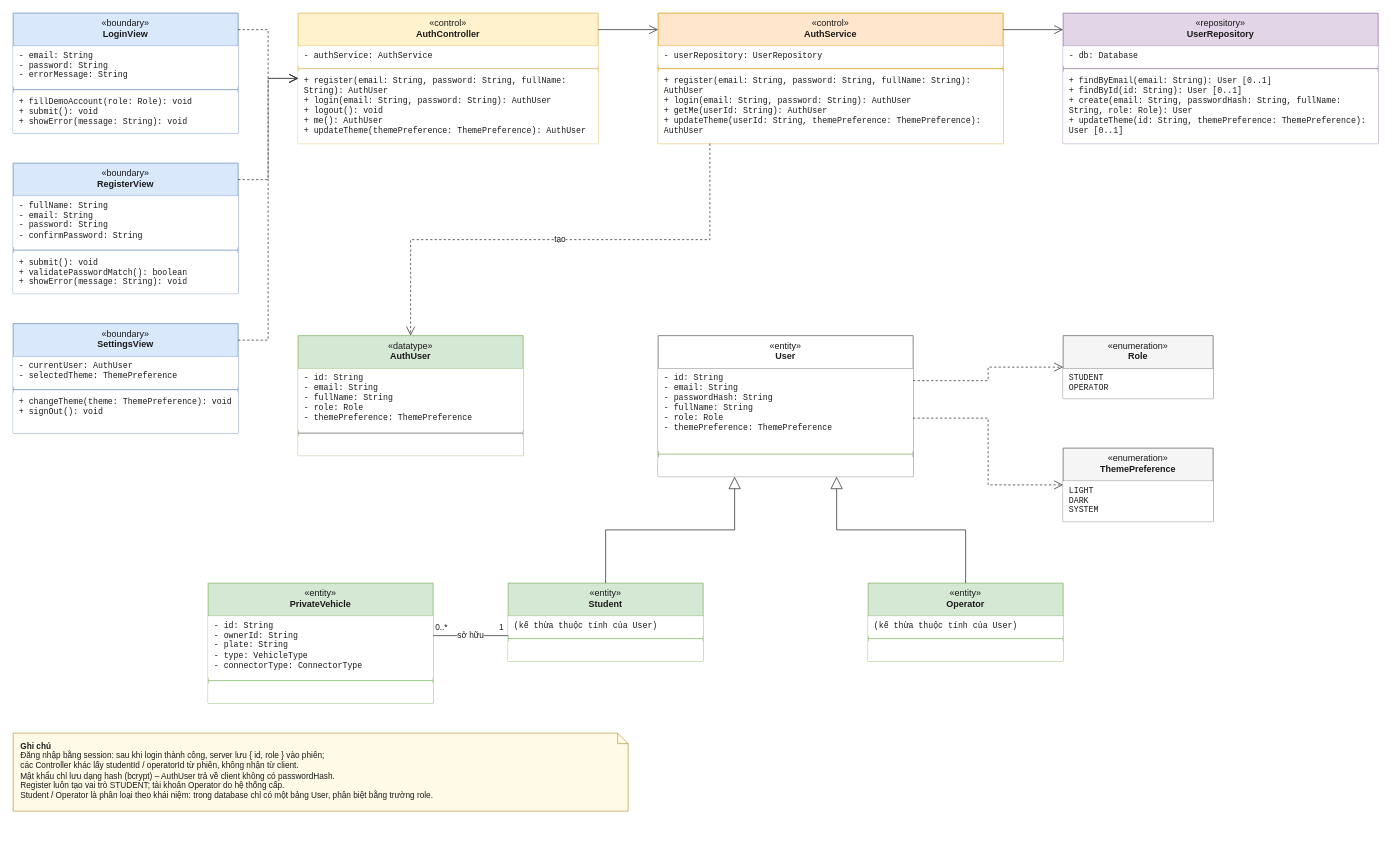
This is page "Tai khoan" (1 of 2) of docs/submission-3/quangnhan/class-tai-khoan-do-xe.drawio from nhanbui304/smart-emobility-hub, a draw.io file, before an edit. Source tidied: cells renumbered, new cells numbered last; positions are measured from the earlier drawing's top-left corner, leaving out a move shared by most shapes. Both pictures are drawn from the tidied source at 75%, with x=0, y=0 at pixel (13, 13).
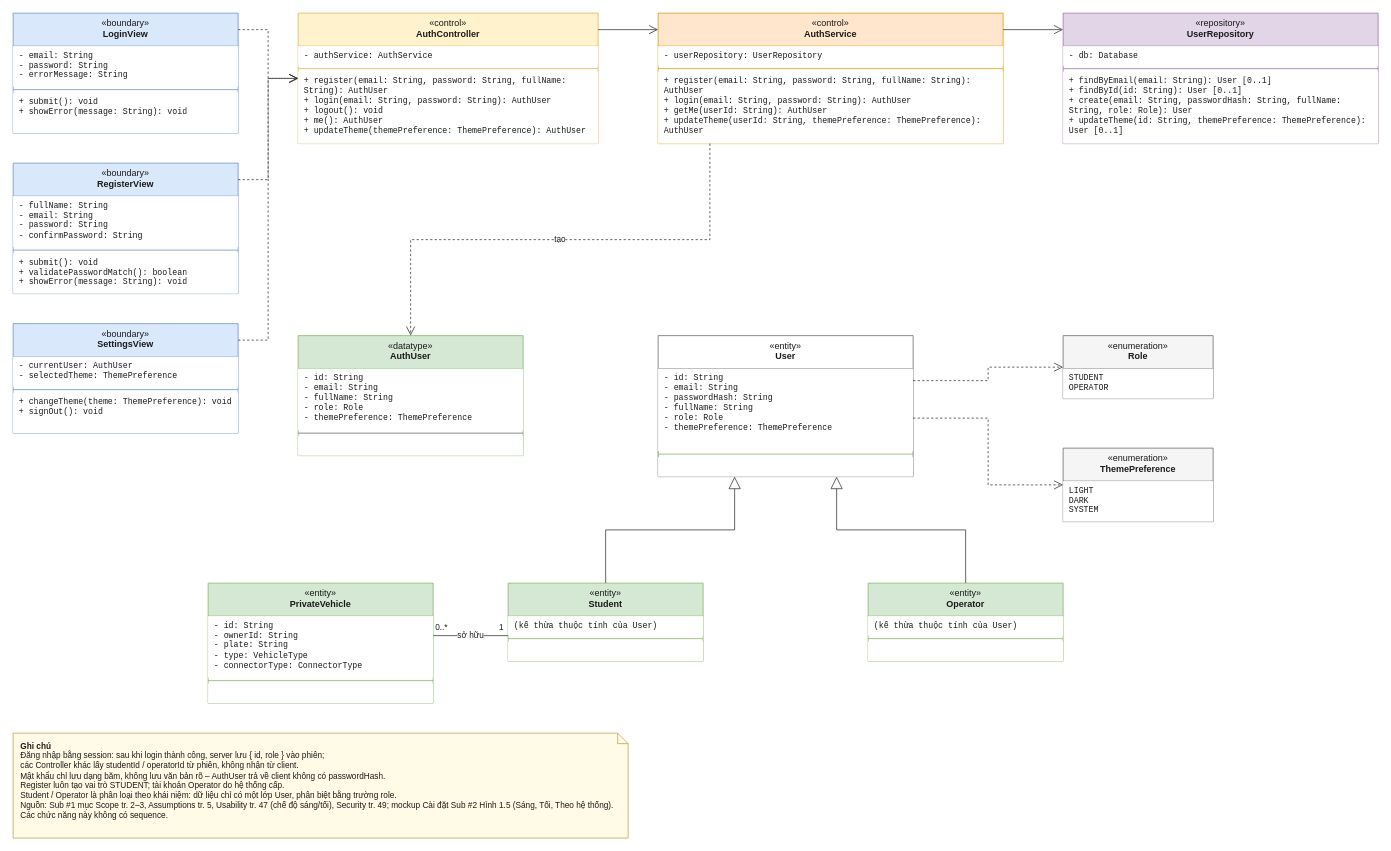
After the change.

Commit message:
docs(class): align account page with Sub #1 scope, assumptions and NFR

- Remove demo-only login helper not in Sub #1/#2
- Note cites Sub #1 Scope, Assumptions, Usability, Security and Sub #2 settings mockup

Unchanged cells that the change refers to:
```xml
<mxCell id="2" value="«boundary»&lt;br&gt;&lt;b&gt;LoginView&lt;/b&gt;" style="swimlane;fontStyle=0;align=center;verticalAlign=top;horizontal=1;startSize=44;html=1;whiteSpace=wrap;fillColor=#dae8fc;strokeColor=#6c8ebf;fontSize=12;fontColor=#1a1a1a;" parent="1" vertex="1">
  <mxGeometry width="300" height="160" as="geometry" />
</mxCell>
```

Change to the diagram source:
```diff
@@
-    <mxCell id="5" value="+ fillDemoAccount(role: Role): void&lt;br&gt;+ submit(): void&lt;br&gt;+ showError(message: String): void" style="text;strokeColor=none;fillColor=#ffffff;align=left;verticalAlign=top;spacingLeft=6;spacingRight=4;overflow=hidden;html=1;whiteSpace=wrap;fontFamily=Courier New;fontSize=11;fontColor=#1a1a1a;" parent="2" vertex="1">
+    <mxCell id="5" value="+ submit(): void&lt;br&gt;+ showError(message: String): void" style="text;strokeColor=none;fillColor=#ffffff;align=left;verticalAlign=top;spacingLeft=6;spacingRight=4;overflow=hidden;html=1;whiteSpace=wrap;fontFamily=Courier New;fontSize=11;fontColor=#1a1a1a;" parent="2" vertex="1">
       <mxGeometry y="106" width="300" height="54" as="geometry" />
     </mxCell>
@@
-    <mxCell id="63" value="&lt;b&gt;Ghi chú&lt;/b&gt;&lt;br&gt;Đăng nhập bằng session: sau khi login thành công, server lưu { id, role } vào phiên;&lt;br&gt;các Controller khác lấy studentId / operatorId từ phiên, không nhận từ client.&lt;br&gt;Mật khẩu chỉ lưu dạng hash (bcrypt) – AuthUser trả về client không có passwordHash.&lt;br&gt;Register luôn tạo vai trò STUDENT; tài khoản Operator do hệ thống cấp.&lt;br&gt;Student / Operator là phân loại theo khái niệm: trong database chỉ có một bảng User, phân biệt bằng trường role." style="shape=note;whiteSpace=wrap;html=1;size=14;align=left;verticalAlign=top;spacingLeft=8;spacingTop=4;fillColor=#fffbe6;strokeColor=#b8a24f;fontSize=11;fontColor=#1a1a1a;" parent="1" vertex="1">
-      <mxGeometry y="960" width="820" height="104" as="geometry" />
+    <mxCell id="63" value="&lt;b&gt;Ghi chú&lt;/b&gt;&lt;br&gt;Đăng nhập bằng session: sau khi login thành công, server lưu { id, role } vào phiên;&lt;br&gt;các Controller khác lấy studentId / operatorId từ phiên, không nhận từ client.&lt;br&gt;Mật khẩu chỉ lưu dạng băm, không lưu văn bản rõ – AuthUser trả về client không có passwordHash.&lt;br&gt;Register luôn tạo vai trò STUDENT; tài khoản Operator do hệ thống cấp.&lt;br&gt;Student / Operator là phân loại theo khái niệm: dữ liệu chỉ có một lớp User, phân biệt bằng trường role.&lt;br&gt;Nguồn: Sub #1 mục Scope tr. 2–3, Assumptions tr. 5, Usability tr. 47 (chế độ sáng/tối), Security tr. 49; mockup Cài đặt Sub #2 Hình 1.5 (Sáng, Tối, Theo hệ thống). Các chức năng này không có sequence." style="shape=note;whiteSpace=wrap;html=1;size=14;align=left;verticalAlign=top;spacingLeft=8;spacingTop=4;fillColor=#fffbe6;strokeColor=#b8a24f;fontSize=11;fontColor=#1a1a1a;" parent="1" vertex="1">
+      <mxGeometry y="960" width="820" height="140" as="geometry" />
     </mxCell>
```
